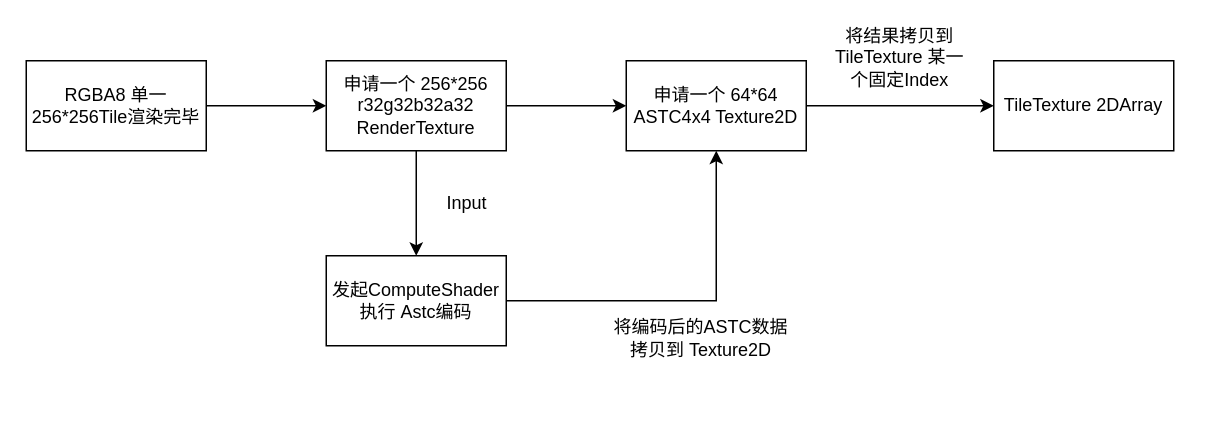
Earlier version of the draw.io diagram runtime_astc_compress.drawio (dreamfairy/DrawIO). Source tidied: cells renumbered, new cells numbered last; positions are measured from the earlier drawing's top-left corner, leaving out a move shared by most shapes. Both pictures are drawn from the tidied source at 150%, with x=0, y=0 at pixel (26, 34).
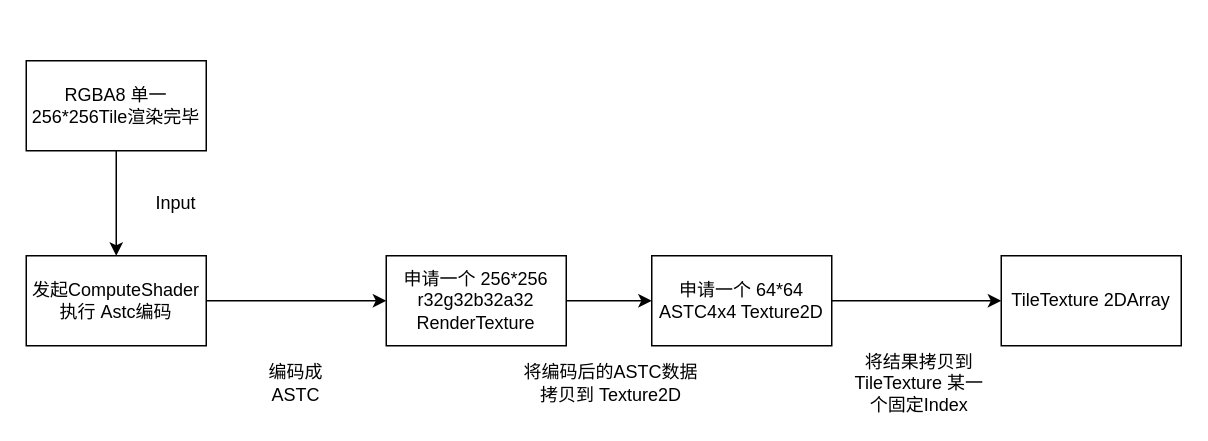
The same page after the edit.

Diff of the diagram source:
```diff
@@
 <mxGraphModel>
   <root>
     <mxCell id="0" />
     <mxCell id="1" parent="0" />
-    <mxCell id="2" style="edgeStyle=orthogonalEdgeStyle;rounded=0;jettySize=auto;html=1;" parent="1" edge="1" source="3" target="6">
-      <mxGeometry relative="1" as="geometry" />
-    </mxCell>
+    <mxCell id="15" style="edgeStyle=orthogonalEdgeStyle;rounded=0;jettySize=auto;html=1;" parent="1" edge="1" source="3" target="10">
+      <mxGeometry relative="1" as="geometry" />
+    </mxCell>
     <mxCell id="3" value="RGBA8 单一256*256Tile渲染完毕" style="rounded=0;whiteSpace=wrap;html=1;" parent="1" vertex="1">
       <mxGeometry y="17" width="120" height="60" as="geometry" />
     </mxCell>
-    <mxCell id="4" style="edgeStyle=orthogonalEdgeStyle;rounded=0;jettySize=auto;html=1;" parent="1" edge="1" source="6" target="8">
+    <mxCell id="4" style="edgeStyle=orthogonalEdgeStyle;rounded=0;jettySize=auto;html=1;entryX=0;entryY=0.5;entryDx=0;entryDy=0;" parent="1" edge="1" source="6" target="8">
       <mxGeometry relative="1" as="geometry" />
     </mxCell>
-    <mxCell id="5" style="edgeStyle=orthogonalEdgeStyle;rounded=0;jettySize=auto;html=1;entryX=0.5;entryY=0;entryDx=0;entryDy=0;" parent="1" edge="1" source="6" target="10">
-      <mxGeometry relative="1" as="geometry" />
-    </mxCell>
     <mxCell id="6" value="申请一个 256*256 r32g32b32a32 RenderTexture" style="whiteSpace=wrap;html=1;rounded=0;" parent="1" vertex="1">
-      <mxGeometry x="200" y="17" width="120" height="60" as="geometry" />
+      <mxGeometry x="240" y="147" width="120" height="60" as="geometry" />
     </mxCell>
     <mxCell id="7" style="edgeStyle=orthogonalEdgeStyle;rounded=0;jettySize=auto;html=1;" parent="1" edge="1" source="8" target="13">
       <mxGeometry relative="1" as="geometry" />
     </mxCell>
     <mxCell id="8" value="申请一个 64*64 ASTC4x4 Texture2D" style="whiteSpace=wrap;html=1;rounded=0;" parent="1" vertex="1">
-      <mxGeometry x="400" y="17" width="120" height="60" as="geometry" />
+      <mxGeometry x="417" y="147" width="120" height="60" as="geometry" />
     </mxCell>
-    <mxCell id="9" style="edgeStyle=orthogonalEdgeStyle;rounded=0;jettySize=auto;html=1;entryX=0.5;entryY=1;entryDx=0;entryDy=0;" parent="1" edge="1" source="10" target="8">
-      <mxGeometry relative="1" as="geometry" />
-    </mxCell>
+    <mxCell id="16" style="edgeStyle=orthogonalEdgeStyle;rounded=0;jettySize=auto;html=1;" parent="1" edge="1" source="10" target="6">
+      <mxGeometry relative="1" as="geometry" />
+    </mxCell>
     <mxCell id="10" value="发起ComputeShader 执行 Astc编码" style="rounded=0;whiteSpace=wrap;html=1;" parent="1" vertex="1">
-      <mxGeometry x="200" y="147" width="120" height="60" as="geometry" />
+      <mxGeometry y="147" width="120" height="60" as="geometry" />
     </mxCell>
     <mxCell id="11" value="Input" style="text;html=1;align=center;verticalAlign=middle;whiteSpace=wrap;rounded=0;" parent="1" vertex="1">
-      <mxGeometry x="264" y="97" width="60" height="30" as="geometry" />
+      <mxGeometry x="70" y="97" width="60" height="30" as="geometry" />
     </mxCell>
     <mxCell id="12" value="将编码后的ASTC数据拷贝到 Texture2D" style="text;html=1;align=center;verticalAlign=middle;whiteSpace=wrap;rounded=0;" parent="1" vertex="1">
-      <mxGeometry x="390" y="187" width="120" height="30" as="geometry" />
+      <mxGeometry x="330" y="217" width="120" height="30" as="geometry" />
     </mxCell>
     <mxCell id="13" value="TileTexture 2DArray" style="whiteSpace=wrap;html=1;rounded=0;" parent="1" vertex="1">
-      <mxGeometry x="645" y="17" width="120" height="60" as="geometry" />
+      <mxGeometry x="650" y="147" width="120" height="60" as="geometry" />
     </mxCell>
     <mxCell id="14" value="将结果拷贝到TileTexture 某一个固定Index" style="text;html=1;align=center;verticalAlign=middle;whiteSpace=wrap;rounded=0;" parent="1" vertex="1">
-      <mxGeometry x="537" width="91" height="30" as="geometry" />
+      <mxGeometry x="550" y="217" width="91" height="30" as="geometry" />
     </mxCell>
+    <mxCell id="17" value="编码成ASTC" style="text;html=1;align=center;verticalAlign=middle;whiteSpace=wrap;rounded=0;" parent="1" vertex="1">
+      <mxGeometry x="150" y="217" width="60" height="30" as="geometry" />
+    </mxCell>
   </root>
 </mxGraphModel>
```
